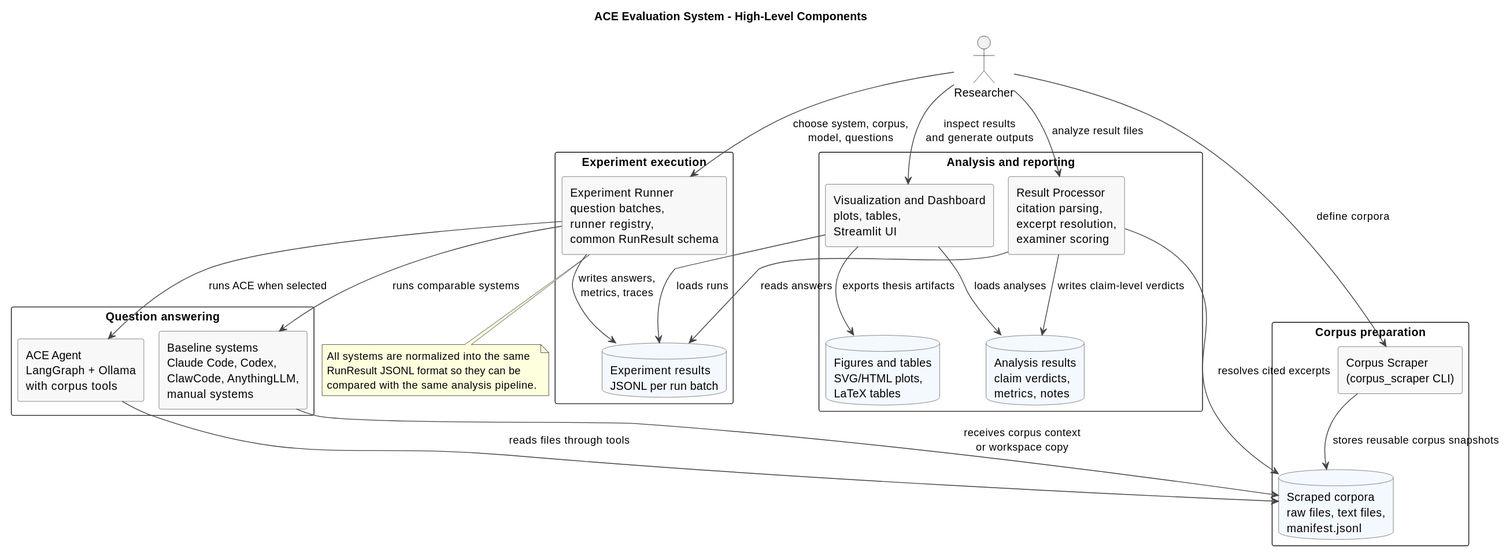
Above: docs/diagrams/generated/system-overview.svg in TomsBicans/agentic-context-engineering (PlantUML), before the change. Its diagram source:
```plantuml
@startuml
!pragma layout smetana
title ACE Evaluation System - High-Level Components

skinparam backgroundColor white
skinparam shadowing false
skinparam componentStyle rectangle
skinparam packageStyle rectangle
skinparam defaultFontName Arial
skinparam ArrowColor #444444
skinparam component {
  BorderColor #555555
  BackgroundColor #F8F8F8
}
skinparam database {
  BorderColor #555555
  BackgroundColor #F4F8FF
}

actor Researcher

package "Corpus preparation" {
  component "Corpus Scraper\n(corpus_scraper CLI)" as scraper
  database "Scraped corpora\nraw files, text files,\nmanifest.jsonl" as corpora
}

package "Question answering" {
  component "ACE Agent\nLangGraph + Ollama\nwith corpus tools" as ace
  component "Baseline systems\nClaude Code, Codex,\nClawCode, AnythingLLM,\nmanual systems" as baselines
}

package "Experiment execution" {
  component "Experiment Runner\nquestion batches,\nrunner registry,\ncommon RunResult schema" as runner
  database "Experiment results\nJSONL per run batch" as run_results
}

package "Analysis and reporting" {
  component "Result Processor\ncitation parsing,\nexcerpt resolution,\nexaminer scoring" as processor
  component "Visualization and Dashboard\nplots, tables,\nStreamlit UI" as dashboard
  database "Analysis results\nclaim verdicts,\nmetrics, notes" as analysis_results
  database "Figures and tables\nSVG/HTML plots,\nLaTeX tables" as figures
}

Researcher --> scraper : define corpora
scraper --> corpora : stores reusable corpus snapshots

Researcher --> runner : choose system, corpus,\nmodel, questions
runner --> ace : runs ACE when selected
runner --> baselines : runs comparable systems
ace --> corpora : reads files through tools
baselines --> corpora : receives corpus context\nor workspace copy
runner --> run_results : writes answers,\nmetrics, traces

Researcher --> processor : analyze result files
processor --> run_results : reads answers
processor --> corpora : resolves cited excerpts
processor --> analysis_results : writes claim-level verdicts

dashboard --> run_results : loads runs
dashboard --> analysis_results : loads analyses
dashboard --> figures : exports thesis artifacts
Researcher --> dashboard : inspect results\nand generate outputs

note bottom of runner
  All systems are normalized into the same
  RunResult JSONL format so they can be
  compared with the same analysis pipeline.
end note
@enduml
```
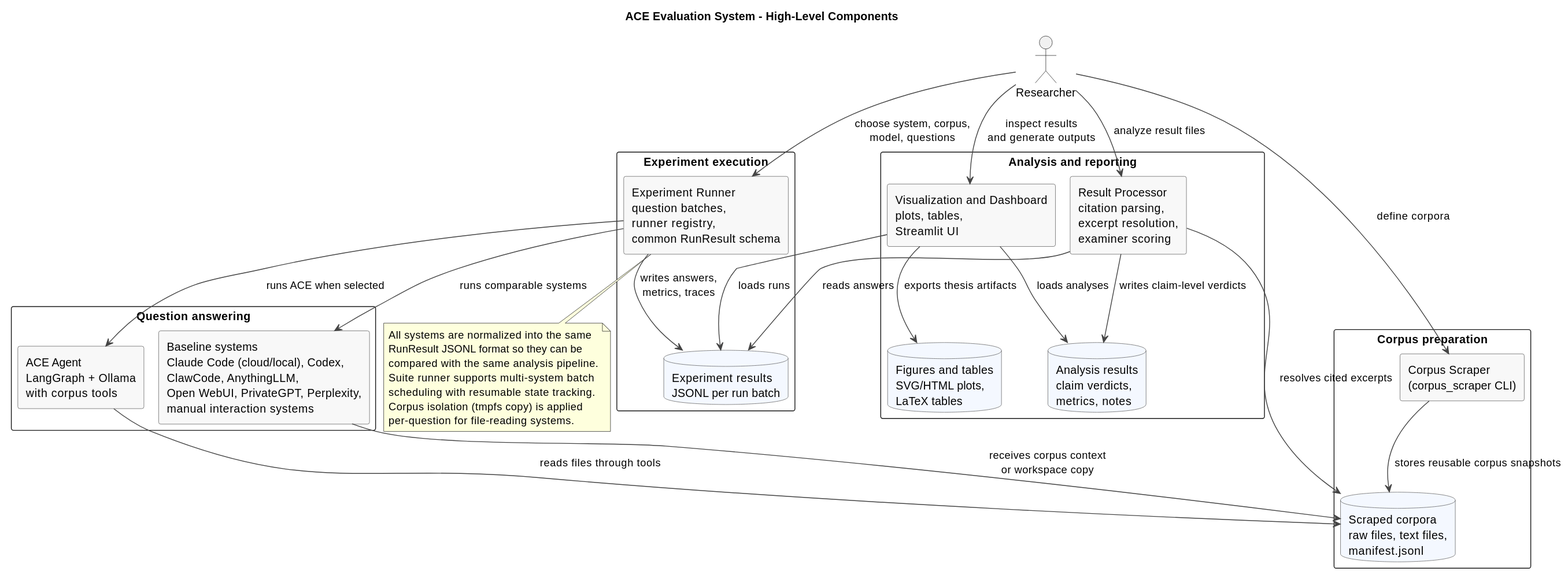
The same file after the commit.

Commit message:
update the diagrams to reflect the current state of the system

Diff of the diagram source:
```diff
@@ -26,7 +26,7 @@
 
 package "Question answering" {
   component "ACE Agent\nLangGraph + Ollama\nwith corpus tools" as ace
-  component "Baseline systems\nClaude Code, Codex,\nClawCode, AnythingLLM,\nmanual systems" as baselines
+  component "Baseline systems\nClaude Code (cloud/local), Codex,\nClawCode, AnythingLLM,\nOpen WebUI, PrivateGPT, Perplexity,\nmanual interaction systems" as baselines
 }
 
 package "Experiment execution" {
@@ -65,5 +65,9 @@
   All systems are normalized into the same
   RunResult JSONL format so they can be
   compared with the same analysis pipeline.
+  Suite runner supports multi-system batch
+  scheduling with resumable state tracking.
+  Corpus isolation (tmpfs copy) is applied
+  per-question for file-reading systems.
 end note
 @enduml
```
